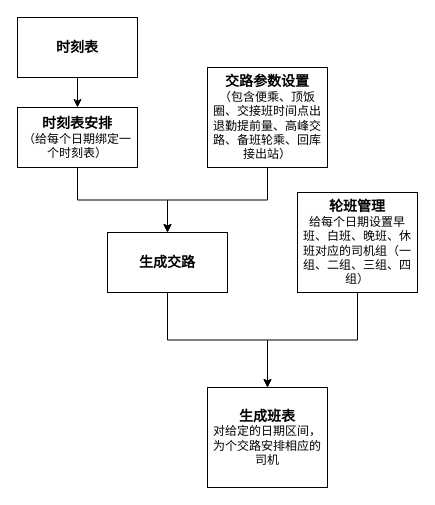
Before: 乘务系统.drawio in aspojo/diagrams, a draw.io diagram. Source tidied: cells renumbered, new cells numbered last; positions are measured from the earlier drawing's top-left corner, leaving out a move shared by most shapes. Both pictures are drawn from the tidied source at 100%, with x=0, y=0 at pixel (17, 17).
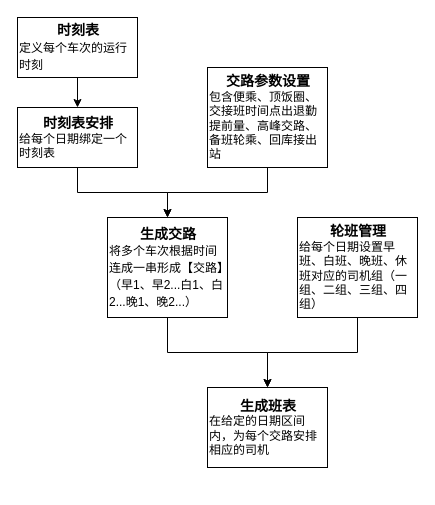
The same page after the edit.

Commit message (it also covers changes not shown here):
更新乘务系统.drawio

What changed in the source:
```diff
@@
 <mxGraphModel>
   <root>
     <mxCell id="0" />
     <mxCell id="1" parent="0" />
-    <mxCell id="2" style="edgeStyle=orthogonalEdgeStyle;rounded=0;jettySize=auto;html=1;" parent="1" edge="1" source="3" target="5">
+    <mxCell id="2" style="edgeStyle=orthogonalEdgeStyle;rounded=0;jettySize=auto;html=1;align=left;" parent="1" edge="1" source="3" target="5">
       <mxGeometry relative="1" as="geometry" />
     </mxCell>
-    <mxCell id="3" value="时刻表" style="rounded=0;whiteSpace=wrap;html=1;fontSize=14;fontStyle=1;" parent="1" vertex="1">
+    <mxCell id="3" value="&lt;div style=&quot;text-align: center;&quot;&gt;&lt;span style=&quot;background-color: initial;&quot;&gt;时刻表&lt;/span&gt;&lt;/div&gt;&lt;div&gt;&lt;span style=&quot;font-weight: normal;&quot;&gt;&lt;font style=&quot;font-size: 12px;&quot;&gt;定义每个车次的运行时刻&lt;/font&gt;&lt;/span&gt;&lt;/div&gt;" style="rounded=0;whiteSpace=wrap;html=1;fontSize=14;fontStyle=1;align=left;" parent="1" vertex="1">
       <mxGeometry width="120" height="60" as="geometry" />
     </mxCell>
-    <mxCell id="4" style="edgeStyle=orthogonalEdgeStyle;rounded=0;jettySize=auto;html=1;" parent="1" edge="1" source="5" target="9">
+    <mxCell id="4" style="edgeStyle=orthogonalEdgeStyle;rounded=0;jettySize=auto;html=1;align=left;" parent="1" edge="1" source="5" target="9">
       <mxGeometry relative="1" as="geometry" />
     </mxCell>
-    <mxCell id="5" value="&lt;b&gt;&lt;font style=&quot;font-size: 14px;&quot;&gt;时刻表安排&lt;/font&gt;&lt;/b&gt;&lt;div&gt;（给每个日期绑定一个时刻表）&lt;/div&gt;" style="rounded=0;whiteSpace=wrap;html=1;" parent="1" vertex="1">
+    <mxCell id="5" value="&lt;div style=&quot;text-align: center;&quot;&gt;&lt;b style=&quot;background-color: initial;&quot;&gt;&lt;font style=&quot;font-size: 14px;&quot;&gt;时刻表安排&lt;/font&gt;&lt;/b&gt;&lt;/div&gt;&lt;div&gt;给每个日期绑定一个时刻表&lt;/div&gt;" style="rounded=0;whiteSpace=wrap;html=1;align=left;" parent="1" vertex="1">
       <mxGeometry y="90" width="120" height="60" as="geometry" />
     </mxCell>
-    <mxCell id="6" style="edgeStyle=orthogonalEdgeStyle;rounded=0;jettySize=auto;html=1;exitX=0.5;exitY=1;exitDx=0;exitDy=0;" parent="1" edge="1" source="7" target="9">
+    <mxCell id="6" style="edgeStyle=orthogonalEdgeStyle;rounded=0;jettySize=auto;html=1;exitX=0.5;exitY=1;exitDx=0;exitDy=0;align=left;" parent="1" edge="1" source="7" target="9">
       <mxGeometry relative="1" as="geometry" />
     </mxCell>
-    <mxCell id="7" value="&lt;b&gt;&lt;font style=&quot;font-size: 14px;&quot;&gt;交路参数设置&lt;/font&gt;&lt;/b&gt;&lt;div&gt;（包含便乘、顶饭圈、交接班时间点出退勤提前量、高峰交路、备班轮乘、回库接出站）&lt;/div&gt;" style="rounded=0;whiteSpace=wrap;html=1;" parent="1" vertex="1">
+    <mxCell id="7" value="&lt;div style=&quot;text-align: center;&quot;&gt;&lt;b style=&quot;background-color: initial;&quot;&gt;&lt;font style=&quot;font-size: 14px;&quot;&gt;交路参数设置&lt;/font&gt;&lt;/b&gt;&lt;/div&gt;&lt;div&gt;包含便乘、顶饭圈、交接班时间点出退勤提前量、高峰交路、备班轮乘、回库接出站&lt;/div&gt;" style="rounded=0;whiteSpace=wrap;html=1;align=left;" parent="1" vertex="1">
       <mxGeometry x="190" y="50" width="120" height="100" as="geometry" />
     </mxCell>
-    <mxCell id="8" style="edgeStyle=orthogonalEdgeStyle;rounded=0;jettySize=auto;html=1;" parent="1" edge="1" source="9" target="12">
+    <mxCell id="8" style="edgeStyle=orthogonalEdgeStyle;rounded=0;jettySize=auto;html=1;align=left;" parent="1" edge="1" source="9" target="12">
       <mxGeometry relative="1" as="geometry" />
     </mxCell>
-    <mxCell id="9" value="生成交路" style="rounded=0;whiteSpace=wrap;html=1;fontStyle=1;fontSize=14;" parent="1" vertex="1">
-      <mxGeometry x="90" y="215" width="120" height="60" as="geometry" />
+    <mxCell id="9" value="&lt;div style=&quot;text-align: center;&quot;&gt;&lt;span style=&quot;background-color: initial;&quot;&gt;生成交路&lt;/span&gt;&lt;/div&gt;&lt;div&gt;&lt;span style=&quot;font-size: 12px; font-weight: 400;&quot;&gt;将多个车次根据时间连成一串形成【交路】（早1、早2...白1、白2...晚1、晚2...）&lt;/span&gt;&lt;br&gt;&lt;/div&gt;" style="rounded=0;whiteSpace=wrap;html=1;fontStyle=1;fontSize=14;align=left;" parent="1" vertex="1">
+      <mxGeometry x="90" y="200" width="120" height="100" as="geometry" />
     </mxCell>
-    <mxCell id="10" style="edgeStyle=orthogonalEdgeStyle;rounded=0;jettySize=auto;html=1;" parent="1" edge="1" source="11" target="12">
+    <mxCell id="10" style="edgeStyle=orthogonalEdgeStyle;rounded=0;jettySize=auto;html=1;align=left;" parent="1" edge="1" source="11" target="12">
       <mxGeometry relative="1" as="geometry" />
     </mxCell>
-    <mxCell id="11" value="&lt;b&gt;&lt;font style=&quot;font-size: 14px;&quot;&gt;轮班管理&lt;/font&gt;&lt;/b&gt;&lt;div&gt;给每个日期设置早班、白班、晚班、休班对应的司机组（一组、二组、三组、四组）&lt;/div&gt;" style="rounded=0;whiteSpace=wrap;html=1;" parent="1" vertex="1">
-      <mxGeometry x="280" y="175" width="120" height="100" as="geometry" />
+    <mxCell id="11" value="&lt;div style=&quot;text-align: center;&quot;&gt;&lt;b style=&quot;background-color: initial;&quot;&gt;&lt;font style=&quot;font-size: 14px;&quot;&gt;轮班管理&lt;/font&gt;&lt;/b&gt;&lt;/div&gt;&lt;div&gt;给每个日期设置早班、白班、晚班、休班对应的司机组（一组、二组、三组、四组）&lt;/div&gt;" style="rounded=0;whiteSpace=wrap;html=1;align=left;" parent="1" vertex="1">
+      <mxGeometry x="280" y="200" width="120" height="100" as="geometry" />
     </mxCell>
-    <mxCell id="12" value="&lt;b&gt;&lt;font style=&quot;font-size: 14px;&quot;&gt;生成班表&lt;/font&gt;&lt;/b&gt;&lt;div&gt;对给定的日期区间，为个交路安排相应的司机&lt;/div&gt;" style="rounded=0;whiteSpace=wrap;html=1;" parent="1" vertex="1">
-      <mxGeometry x="190" y="370" width="120" height="100" as="geometry" />
+    <mxCell id="12" value="&lt;div style=&quot;text-align: center;&quot;&gt;&lt;b style=&quot;background-color: initial;&quot;&gt;&lt;font style=&quot;font-size: 14px;&quot;&gt;生成班表&lt;/font&gt;&lt;/b&gt;&lt;/div&gt;&lt;div&gt;在给定的日期区间内，为每个交路安排相应的司机&lt;/div&gt;" style="rounded=0;whiteSpace=wrap;html=1;align=left;" parent="1" vertex="1">
+      <mxGeometry x="190" y="370" width="120" height="80" as="geometry" />
     </mxCell>
   </root>
 </mxGraphModel>
```
